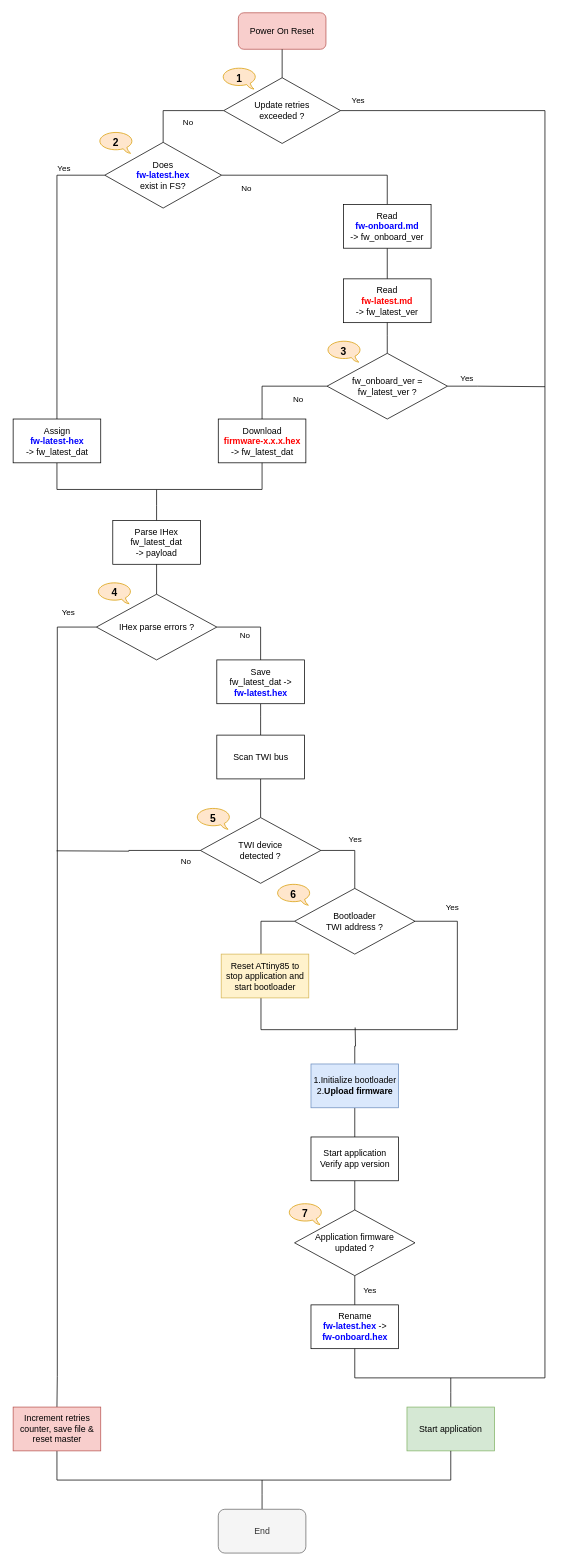
Above: diagrams/Timonel-Firmware-Update-2.drawio in casanovg/timonel-ota-demo (draw.io), before the change. Source tidied: cells renumbered, new cells numbered last; positions are measured from the earlier drawing's top-left corner, leaving out a move shared by most shapes. Both pictures are drawn from the tidied source at 73%, with x=0, y=0 at pixel (12, 12).
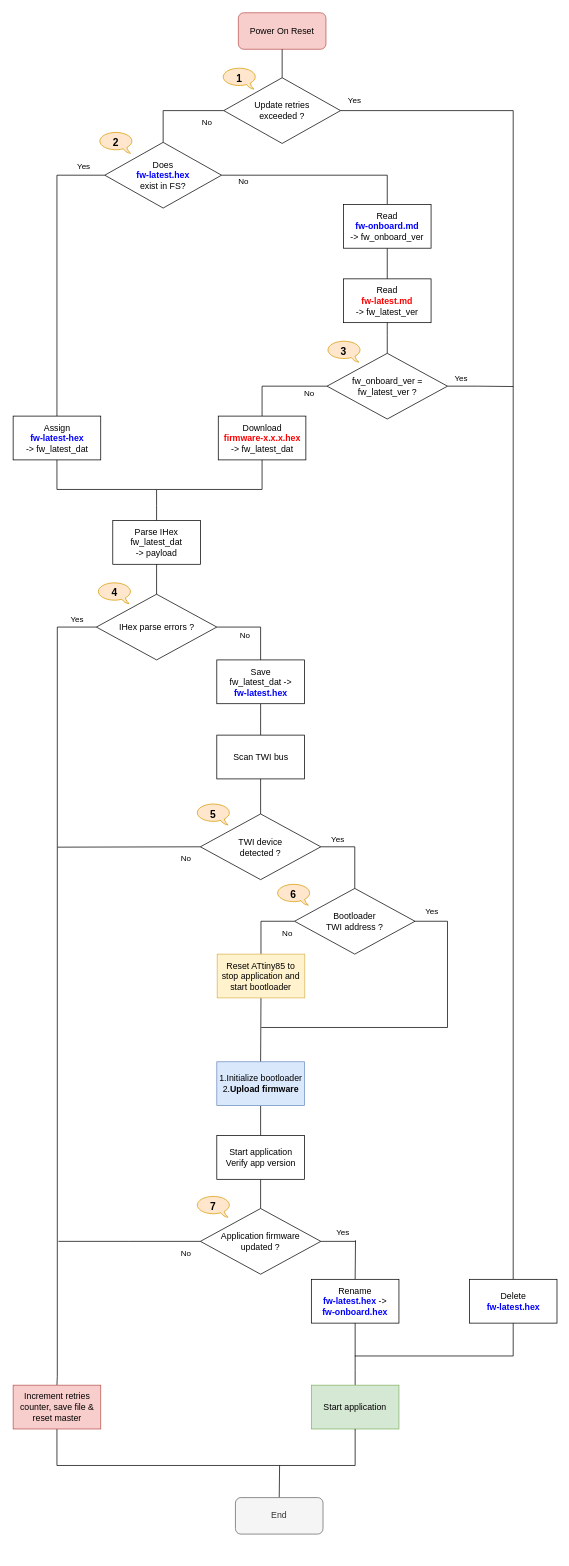
Above is the later version.

Unchanged cells that the change refers to:
```xml
<mxCell id="5" value="Does&lt;br&gt;&lt;font color=&quot;#0000ff&quot;&gt;&lt;b&gt;fw-latest.hex&lt;/b&gt;&lt;/font&gt;&lt;br&gt;exist in FS?" style="rhombus;whiteSpace=wrap;html=1;" parent="1" vertex="1">
  <mxGeometry x="126" y="177.5" width="160" height="90" as="geometry" />
</mxCell>
<mxCell id="8" value="Read&lt;br&gt;&lt;b&gt;&lt;font color=&quot;#0000ff&quot;&gt;fw-onboard.md&lt;/font&gt;&lt;/b&gt;&lt;br&gt;-&amp;gt; fw_onboard_ver" style="rounded=0;whiteSpace=wrap;html=1;" parent="1" vertex="1">
  <mxGeometry x="453" y="262.5" width="120" height="60" as="geometry" />
</mxCell>
<mxCell id="13" value="fw_onboard_ver&amp;nbsp;=&lt;br&gt;fw_latest_ver ?" style="rhombus;whiteSpace=wrap;html=1;" parent="1" vertex="1">
  <mxGeometry x="430.5" y="466.5" width="165" height="90" as="geometry" />
</mxCell>
<mxCell id="21" value="Bootloader&lt;br&gt;TWI address ?" style="rhombus;whiteSpace=wrap;html=1;" parent="1" vertex="1">
  <mxGeometry x="386" y="1199.5" width="165" height="90" as="geometry" />
</mxCell>
<mxCell id="35" value="IHex parse errors ?" style="rhombus;whiteSpace=wrap;html=1;" parent="1" vertex="1">
  <mxGeometry x="114.5" y="796.5" width="165" height="90" as="geometry" />
</mxCell>
<mxCell id="40" value="Update retries&lt;br&gt;exceeded ?" style="rhombus;whiteSpace=wrap;html=1;" parent="1" vertex="1">
  <mxGeometry x="289" y="89" width="160" height="90" as="geometry" />
</mxCell>
```

The edit, as a diff of the source:
```diff
@@
     <mxCell id="2" value="No" style="edgeStyle=orthogonalEdgeStyle;rounded=0;jettySize=auto;html=1;entryX=0.5;entryY=0;entryDx=0;entryDy=0;strokeWidth=1;endArrow=none;endFill=0;strokeColor=#000000;exitX=0;exitY=0.5;exitDx=0;exitDy=0;" parent="1" edge="1" source="40" target="5">
-      <mxGeometry x="0.57" y="34" relative="1" as="geometry" />
+      <mxGeometry x="0.57" y="60" relative="1" as="geometry">
+        <Array as="points">
+          <mxPoint x="206.5" y="134" />
+        </Array>
+      </mxGeometry>
     </mxCell>
@@
     <mxCell id="4" value="No" style="edgeStyle=orthogonalEdgeStyle;rounded=0;jettySize=auto;html=1;endArrow=none;endFill=0;strokeColor=#000000;strokeWidth=1;entryX=0.5;entryY=0;entryDx=0;entryDy=0;exitX=1;exitY=0.5;exitDx=0;exitDy=0;" parent="1" edge="1" source="5" target="8">
-      <mxGeometry x="0.83" y="-193" relative="1" as="geometry" />
+      <mxGeometry x="0.76" y="-197" relative="1" as="geometry" />
     </mxCell>
@@
     <mxCell id="6" value="Yes" style="edgeStyle=orthogonalEdgeStyle;rounded=0;jettySize=auto;html=1;exitX=0;exitY=0.5;exitDx=0;exitDy=0;endArrow=none;endFill=0;strokeColor=#000000;strokeWidth=1;entryX=0.5;entryY=0;entryDx=0;entryDy=0;" parent="1" edge="1" source="5" target="39">
-      <mxGeometry x="-0.72" y="-10" relative="1" as="geometry" />
+      <mxGeometry x="-0.85" y="-12" relative="1" as="geometry">
+        <mxPoint x="1" as="offset" />
+      </mxGeometry>
     </mxCell>
@@
     <mxCell id="10" value="No" style="edgeStyle=orthogonalEdgeStyle;rounded=0;jettySize=auto;html=1;endArrow=none;endFill=0;strokeColor=#000000;strokeWidth=1;entryX=0.5;entryY=0;entryDx=0;entryDy=0;exitX=0;exitY=0.5;exitDx=0;exitDy=0;" parent="1" edge="1" source="13" target="30">
-      <mxGeometry x="0.6" y="49" relative="1" as="geometry" />
+      <mxGeometry x="0.5" y="64" relative="1" as="geometry" />
     </mxCell>
@@
     <mxCell id="12" value="Yes" style="edgeStyle=orthogonalEdgeStyle;rounded=0;jettySize=auto;html=1;exitX=1;exitY=0.5;exitDx=0;exitDy=0;endArrow=none;endFill=0;strokeColor=#000000;" parent="1" edge="1" source="13">
       <mxGeometry x="-0.63" y="12" relative="1" as="geometry">
-        <mxPoint x="729" y="512.2" as="targetPoint" />
+        <mxPoint x="685.5" y="512" as="targetPoint" />
         <Array as="points">
           <mxPoint x="637" y="512.5" />
         </Array>
         <mxPoint x="1" y="1" as="offset" />
       </mxGeometry>
     </mxCell>
@@
-    <mxCell id="17" value="No" style="edgeStyle=orthogonalEdgeStyle;rounded=0;jettySize=auto;html=1;exitX=0;exitY=0.5;exitDx=0;exitDy=0;endArrow=none;endFill=0;strokeColor=#000000;strokeWidth=1;" parent="1" edge="1" source="19">
+    <mxCell id="17" value="No" style="edgeStyle=orthogonalEdgeStyle;rounded=0;jettySize=auto;html=1;endArrow=none;endFill=0;strokeColor=#000000;strokeWidth=1;exitX=0;exitY=0.5;exitDx=0;exitDy=0;" parent="1" edge="1" source="19">
       <mxGeometry x="-0.8" y="15" relative="1" as="geometry">
-        <mxPoint x="60" y="1148" as="targetPoint" />
+        <mxPoint x="61.5" y="1143" as="targetPoint" />
+        <Array as="points">
+          <mxPoint x="257.5" y="1143" />
+        </Array>
       </mxGeometry>
     </mxCell>
     <mxCell id="18" value="Yes" style="edgeStyle=orthogonalEdgeStyle;rounded=0;jettySize=auto;html=1;exitX=1;exitY=0.5;exitDx=0;exitDy=0;entryX=0.5;entryY=0;entryDx=0;entryDy=0;endArrow=none;endFill=0;strokeColor=#000000;strokeWidth=1;" parent="1" edge="1" source="19" target="21">
-      <mxGeometry x="-0.03" y="18" relative="1" as="geometry">
-        <mxPoint x="-18" y="-17" as="offset" />
+      <mxGeometry x="-0.55" y="12" relative="1" as="geometry">
+        <mxPoint y="1" as="offset" />
       </mxGeometry>
     </mxCell>
     <mxCell id="19" value="TWI device&lt;br&gt;detected ?" style="rhombus;whiteSpace=wrap;html=1;" parent="1" vertex="1">
-      <mxGeometry x="257" y="1102.5" width="165" height="90" as="geometry" />
+      <mxGeometry x="257" y="1097.5" width="165" height="90" as="geometry" />
     </mxCell>
-    <mxCell id="20" value="Yes" style="edgeStyle=orthogonalEdgeStyle;rounded=0;orthogonalLoop=1;jettySize=auto;html=1;endArrow=none;endFill=0;strokeColor=#000000;strokeWidth=1;entryX=0;entryY=0.5;entryDx=0;entryDy=0;exitX=1;exitY=0.5;exitDx=0;exitDy=0;" parent="1" edge="1" source="21" target="21">
-      <mxGeometry x="-0.85" y="20" relative="1" as="geometry">
+    <mxCell id="20" value="Yes" style="edgeStyle=orthogonalEdgeStyle;rounded=0;jettySize=auto;html=1;endArrow=none;endFill=0;strokeColor=#000000;strokeWidth=1;exitX=1;exitY=0.5;exitDx=0;exitDy=0;" parent="1" edge="1" source="21">
+      <mxGeometry x="-0.9" y="15" relative="1" as="geometry">
+        <mxPoint x="340.5" y="1390" as="targetPoint" />
         <Array as="points">
-          <mxPoint x="609" y="1245" />
-          <mxPoint x="609" y="1393" />
-          <mxPoint x="340" y="1393" />
-          <mxPoint x="340" y="1245" />
+          <mxPoint x="595.5" y="1245" />
+          <mxPoint x="595.5" y="1390" />
         </Array>
-        <mxPoint x="1" as="offset" />
+        <mxPoint x="1" y="1" as="offset" />
       </mxGeometry>
     </mxCell>
+    <mxCell id="57" value="No" style="edgeStyle=orthogonalEdgeStyle;rounded=0;jettySize=auto;html=1;exitX=0;exitY=0.5;exitDx=0;exitDy=0;entryX=0.5;entryY=0;entryDx=0;entryDy=0;endArrow=none;endFill=0;strokeColor=#000000;" parent="1" edge="1" source="21" target="56">
+      <mxGeometry x="0.35" y="36" relative="1" as="geometry">
+        <mxPoint y="1" as="offset" />
+      </mxGeometry>
+    </mxCell>
@@
-    <mxCell id="23" style="edgeStyle=orthogonalEdgeStyle;rounded=0;jettySize=auto;html=1;exitX=0.5;exitY=0;exitDx=0;exitDy=0;endArrow=none;endFill=0;strokeColor=#000000;" parent="1" edge="1" source="24">
+    <mxCell id="23" style="edgeStyle=orthogonalEdgeStyle;rounded=0;jettySize=auto;html=1;exitX=0.5;exitY=0;exitDx=0;exitDy=0;endArrow=none;endFill=0;strokeColor=#000000;entryX=0.5;entryY=1;entryDx=0;entryDy=0;" parent="1" edge="1" source="24" target="56">
       <mxGeometry relative="1" as="geometry">
-        <mxPoint x="469" y="1390" as="targetPoint" />
+        <Array as="points">
+          <mxPoint x="340.5" y="1437" />
+          <mxPoint x="340.5" y="1350" />
+        </Array>
       </mxGeometry>
     </mxCell>
     <mxCell id="24" value="&lt;div&gt;&lt;span&gt;1.Initialize bootloader&lt;/span&gt;&lt;/div&gt;2.&lt;b&gt;Upload firmware&lt;/b&gt;" style="rounded=0;whiteSpace=wrap;html=1;fillColor=#dae8fc;strokeColor=#6c8ebf;align=center;" parent="1" vertex="1">
-      <mxGeometry x="408.5" y="1440" width="120" height="60" as="geometry" />
+      <mxGeometry x="279.5" y="1437" width="120" height="60" as="geometry" />
     </mxCell>
@@
     <mxCell id="26" value="Start application&lt;br&gt;Verify app version" style="rounded=0;whiteSpace=wrap;html=1;" parent="1" vertex="1">
-      <mxGeometry x="408.5" y="1540" width="120" height="60" as="geometry" />
+      <mxGeometry x="279.5" y="1538" width="120" height="60" as="geometry" />
     </mxCell>
-    <mxCell id="27" value="Yes" style="edgeStyle=orthogonalEdgeStyle;rounded=0;jettySize=auto;html=1;endArrow=none;endFill=0;strokeColor=#000000;strokeWidth=1;entryX=0.5;entryY=0;entryDx=0;entryDy=0;" parent="1" edge="1" source="28" target="29">
-      <mxGeometry y="20" relative="1" as="geometry" />
+    <mxCell id="27" value="Yes" style="edgeStyle=orthogonalEdgeStyle;rounded=0;jettySize=auto;html=1;endArrow=none;endFill=0;strokeColor=#000000;strokeWidth=1;entryX=0.5;entryY=0;entryDx=0;entryDy=0;exitX=1;exitY=0.5;exitDx=0;exitDy=0;" parent="1" edge="1" source="28" target="29">
+      <mxGeometry x="-0.41" y="12" relative="1" as="geometry">
+        <Array as="points">
+          <mxPoint x="469.5" y="1683" />
+          <mxPoint x="469.5" y="1682" />
+        </Array>
+      </mxGeometry>
     </mxCell>
+    <mxCell id="58" value="No" style="edgeStyle=orthogonalEdgeStyle;rounded=0;jettySize=auto;html=1;endArrow=none;endFill=0;strokeColor=#000000;exitX=0;exitY=0.5;exitDx=0;exitDy=0;" parent="1" edge="1" source="28">
+      <mxGeometry x="-0.78" y="17" relative="1" as="geometry">
+        <mxPoint x="62.5" y="1683" as="targetPoint" />
+        <mxPoint x="1" as="offset" />
+      </mxGeometry>
+    </mxCell>
     <mxCell id="28" value="Application firmware&lt;br&gt;updated ?" style="rhombus;whiteSpace=wrap;html=1;" parent="1" vertex="1">
-      <mxGeometry x="386" y="1640" width="165" height="90" as="geometry" />
+      <mxGeometry x="257" y="1638" width="165" height="90" as="geometry" />
     </mxCell>
+    <mxCell id="59" style="edgeStyle=orthogonalEdgeStyle;rounded=0;jettySize=auto;html=1;entryX=0.5;entryY=1;entryDx=0;entryDy=0;endArrow=none;endFill=0;strokeColor=#000000;" parent="1" edge="1" target="61">
+      <mxGeometry relative="1" as="geometry">
+        <mxPoint x="468.5" y="1840" as="sourcePoint" />
+        <Array as="points">
+          <mxPoint x="685.5" y="1840" />
+        </Array>
+      </mxGeometry>
+    </mxCell>
     <mxCell id="29" value="Rename&lt;br&gt;&lt;b&gt;&lt;font color=&quot;#0000ff&quot;&gt;fw-latest.hex&lt;/font&gt;&lt;/b&gt; -&amp;gt;&lt;br&gt;&lt;b&gt;&lt;font color=&quot;#0000ff&quot;&gt;fw-onboard.hex&lt;/font&gt;&lt;/b&gt;" style="rounded=0;whiteSpace=wrap;html=1;" parent="1" vertex="1">
-      <mxGeometry x="408.5" y="1770" width="120" height="60" as="geometry" />
+      <mxGeometry x="409" y="1735" width="120" height="60" as="geometry" />
     </mxCell>
     <mxCell id="30" value="Download&lt;br&gt;&lt;font color=&quot;#ff0000&quot;&gt;&lt;b&gt;firmware-x.x.x.hex&lt;/b&gt;&lt;/font&gt;&lt;br&gt;-&amp;gt; &lt;font&gt;fw_latest_dat&lt;/font&gt;" style="rounded=0;whiteSpace=wrap;html=1;" parent="1" vertex="1">
-      <mxGeometry x="281.5" y="556.5" width="120" height="60" as="geometry" />
+      <mxGeometry x="281.5" y="552.5" width="120" height="60" as="geometry" />
     </mxCell>
@@
     <mxCell id="38" value="Yes" style="edgeStyle=orthogonalEdgeStyle;rounded=0;jettySize=auto;html=1;endArrow=none;endFill=0;strokeColor=#000000;strokeWidth=1;exitX=0;exitY=0.5;exitDx=0;exitDy=0;entryX=0.5;entryY=0;entryDx=0;entryDy=0;" parent="1" edge="1" source="35" target="55">
-      <mxGeometry x="-0.93" y="-21" relative="1" as="geometry">
+      <mxGeometry x="-0.95" y="-11" relative="1" as="geometry">
         <Array as="points">
           <mxPoint x="61" y="842" />
           <mxPoint x="61" y="1868" />
         </Array>
       </mxGeometry>
     </mxCell>
     <mxCell id="39" value="Assign&lt;br&gt;&lt;b&gt;&lt;font color=&quot;#0000ff&quot;&gt;fw-latest-hex&lt;/font&gt;&lt;/b&gt;&lt;br&gt;-&amp;gt; &lt;font&gt;fw_latest_dat&lt;/font&gt;" style="rounded=0;whiteSpace=wrap;html=1;" parent="1" vertex="1">
-      <mxGeometry x="0.5" y="556.5" width="120" height="60" as="geometry" />
+      <mxGeometry x="0.5" y="552.5" width="120" height="60" as="geometry" />
     </mxCell>
@@
-    <mxCell id="42" value="Yes&lt;br&gt;" style="edgeStyle=orthogonalEdgeStyle;rounded=0;jettySize=auto;html=1;endArrow=none;endFill=0;strokeColor=#000000;entryX=0.5;entryY=1;entryDx=0;entryDy=0;exitX=1;exitY=0.5;exitDx=0;exitDy=0;" parent="1" edge="1" source="40" target="29">
+    <mxCell id="42" value="Yes&lt;br&gt;" style="edgeStyle=orthogonalEdgeStyle;rounded=0;jettySize=auto;html=1;endArrow=none;endFill=0;strokeColor=#000000;exitX=1;exitY=0.5;exitDx=0;exitDy=0;entryX=0.5;entryY=0;entryDx=0;entryDy=0;" parent="1" edge="1" source="40" target="61">
       <mxGeometry x="-0.98" y="14" relative="1" as="geometry">
         <Array as="points">
-          <mxPoint x="729" y="134" />
-          <mxPoint x="729" y="1870" />
-          <mxPoint x="469" y="1870" />
+          <mxPoint x="685.5" y="134" />
         </Array>
         <mxPoint x="1" as="offset" />
       </mxGeometry>
     </mxCell>
@@
     <mxCell id="47" value="&lt;b&gt;&lt;font style=&quot;font-size: 14px&quot;&gt;5&lt;/font&gt;&lt;/b&gt;" style="whiteSpace=wrap;html=1;shape=mxgraph.basic.oval_callout;flipH=1;fillColor=#ffe6cc;strokeColor=#d79b00;" parent="1" vertex="1">
-      <mxGeometry x="250" y="1088.5" width="49" height="30" as="geometry" />
+      <mxGeometry x="250" y="1082.5" width="49" height="30" as="geometry" />
     </mxCell>
@@
     <mxCell id="49" value="&lt;b&gt;&lt;font style=&quot;font-size: 14px&quot;&gt;7&lt;/font&gt;&lt;/b&gt;" style="whiteSpace=wrap;html=1;shape=mxgraph.basic.oval_callout;flipH=1;fillColor=#ffe6cc;strokeColor=#d79b00;" parent="1" vertex="1">
-      <mxGeometry x="376" y="1630" width="49" height="30" as="geometry" />
+      <mxGeometry x="250" y="1620" width="49" height="30" as="geometry" />
     </mxCell>
-    <mxCell id="50" style="edgeStyle=orthogonalEdgeStyle;rounded=0;jettySize=auto;html=1;exitX=0.5;exitY=0;exitDx=0;exitDy=0;endArrow=none;endFill=0;strokeColor=#000000;" parent="1" edge="1" source="51">
-      <mxGeometry relative="1" as="geometry">
-        <mxPoint x="341.5" y="2010" as="targetPoint" />
-      </mxGeometry>
-    </mxCell>
+    <mxCell id="60" style="edgeStyle=none;rounded=0;jettySize=auto;html=1;exitX=0.5;exitY=0;exitDx=0;exitDy=0;endArrow=none;endFill=0;strokeColor=#000000;" parent="1" edge="1" source="51">
+      <mxGeometry relative="1" as="geometry">
+        <mxPoint x="365.5" y="1990" as="targetPoint" />
+      </mxGeometry>
+    </mxCell>
     <mxCell id="51" value="End" style="rounded=1;whiteSpace=wrap;html=1;fillColor=#f5f5f5;strokeColor=#666666;fontColor=#333333;" parent="1" vertex="1">
-      <mxGeometry x="281.5" y="2050" width="120" height="60" as="geometry" />
+      <mxGeometry x="305" y="2034" width="120" height="50" as="geometry" />
     </mxCell>
-    <mxCell id="52" style="edgeStyle=orthogonalEdgeStyle;rounded=0;jettySize=auto;html=1;exitX=0.5;exitY=0;exitDx=0;exitDy=0;endArrow=none;endFill=0;strokeColor=#000000;" parent="1" edge="1" source="53">
+    <mxCell id="52" style="edgeStyle=orthogonalEdgeStyle;rounded=0;jettySize=auto;html=1;endArrow=none;endFill=0;strokeColor=#000000;exitX=0.5;exitY=0;exitDx=0;exitDy=0;entryX=0.5;entryY=1;entryDx=0;entryDy=0;" parent="1" edge="1" source="53" target="29">
       <mxGeometry relative="1" as="geometry">
-        <mxPoint x="600" y="1870" as="targetPoint" />
+        <Array as="points">
+          <mxPoint x="469.5" y="1860" />
+          <mxPoint x="469.5" y="1860" />
+        </Array>
       </mxGeometry>
     </mxCell>
     <mxCell id="53" value="Start application" style="rounded=0;whiteSpace=wrap;html=1;fillColor=#d5e8d4;strokeColor=#82b366;" parent="1" vertex="1">
-      <mxGeometry x="540" y="1910" width="120" height="60" as="geometry" />
+      <mxGeometry x="409" y="1880" width="120" height="60" as="geometry" />
     </mxCell>
     <mxCell id="54" style="edgeStyle=orthogonalEdgeStyle;rounded=0;jettySize=auto;html=1;exitX=0.5;exitY=1;exitDx=0;exitDy=0;entryX=0.5;entryY=1;entryDx=0;entryDy=0;endArrow=none;endFill=0;strokeColor=#000000;" parent="1" edge="1" source="55" target="53">
       <mxGeometry relative="1" as="geometry">
         <Array as="points">
-          <mxPoint x="61" y="2010" />
-          <mxPoint x="600" y="2010" />
+          <mxPoint x="60.5" y="1990" />
+          <mxPoint x="469.5" y="1990" />
         </Array>
       </mxGeometry>
     </mxCell>
     <mxCell id="55" value="Increment retries counter, save file &amp;amp; reset master" style="rounded=0;whiteSpace=wrap;html=1;fillColor=#f8cecc;strokeColor=#b85450;" parent="1" vertex="1">
-      <mxGeometry x="0.5" y="1910" width="120" height="60" as="geometry" />
+      <mxGeometry x="0.5" y="1880" width="120" height="60" as="geometry" />
     </mxCell>
     <mxCell id="56" value="Reset ATtiny85 to&lt;br&gt;stop application and&lt;br&gt;start bootloader&lt;br&gt;&lt;div&gt;&lt;/div&gt;" style="rounded=0;whiteSpace=wrap;html=1;align=center;fillColor=#fff2cc;strokeColor=#d6b656;" parent="1" vertex="1">
-      <mxGeometry x="285.5" y="1289.5" width="120" height="60" as="geometry" />
+      <mxGeometry x="280" y="1289.5" width="120" height="60" as="geometry" />
     </mxCell>
+    <mxCell id="61" value="Delete&lt;br&gt;&lt;font color=&quot;#0000ff&quot;&gt;&lt;b&gt;fw-latest.hex&lt;/b&gt;&lt;/font&gt;" style="rounded=0;whiteSpace=wrap;html=1;" parent="1" vertex="1">
+      <mxGeometry x="625.5" y="1735" width="120" height="60" as="geometry" />
+    </mxCell>
```
